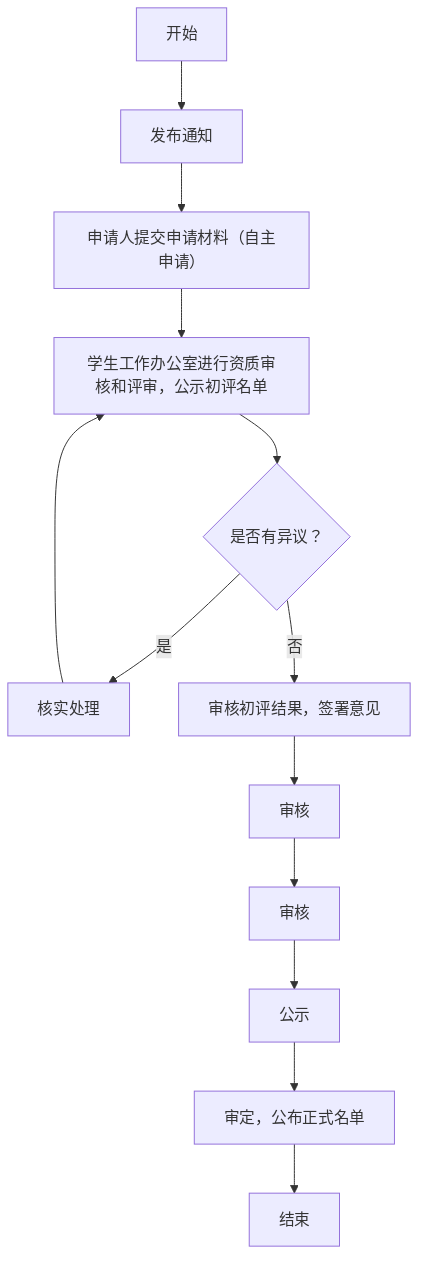
Before: outline2flow/flow_outputs/page_29.png, a diagram exported from Mermaid (AmyIvan/work1). Its source is kept beside it as outline2flow/mmd_outputs/page_29.mmd. The source it was exported from:
```mermaid
flowchart TD
    A[开始] --> B[发布通知]
    B --> C[申请人提交申请材料（自主申请）]
    C --> D[学生工作办公室进行资质审核和评审，公示初评名单]
    D --> E{是否有异议？}
    E -->|是| F[核实处理] --> D
    E -->|否| G[审核初评结果，签署意见]
    G --> H[审核]
    H --> I[审核]
    I --> J[公示]
    J --> K[审定，公布正式名单]
    K --> L[结束]
```
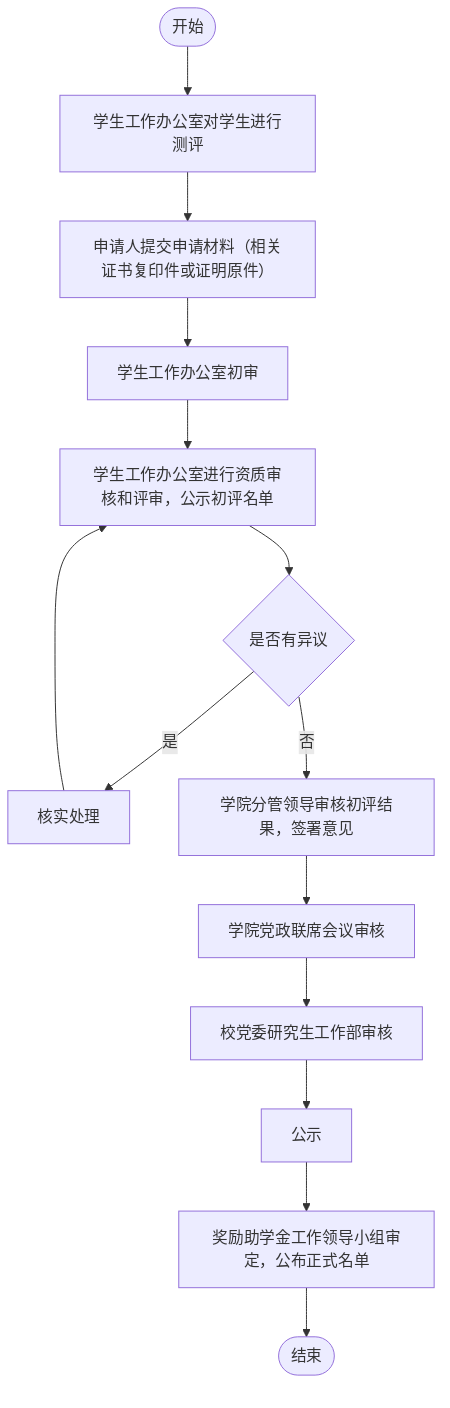
Above is the later version.

What changed in the source:
```diff
@@ -1,12 +1,13 @@
 flowchart TD
-    A[开始] --> B[发布通知]
-    B --> C[申请人提交申请材料（自主申请）]
+    Start([开始]) --> A[学生工作办公室对学生进行测评]
+    A --> B[申请人提交申请材料（相关证书复印件或证明原件）]
+    B --> C[学生工作办公室初审]
     C --> D[学生工作办公室进行资质审核和评审，公示初评名单]
-    D --> E{是否有异议？}
+    D --> E{是否有异议}
     E -->|是| F[核实处理] --> D
-    E -->|否| G[审核初评结果，签署意见]
-    G --> H[审核]
-    H --> I[审核]
+    E -->|否| G[学院分管领导审核初评结果，签署意见]
+    G --> H[学院党政联席会议审核]
+    H --> I[校党委研究生工作部审核]
     I --> J[公示]
-    J --> K[审定，公布正式名单]
-    K --> L[结束]
+    J --> K[奖励助学金工作领导小组审定，公布正式名单]
+    K --> End([结束])
```
